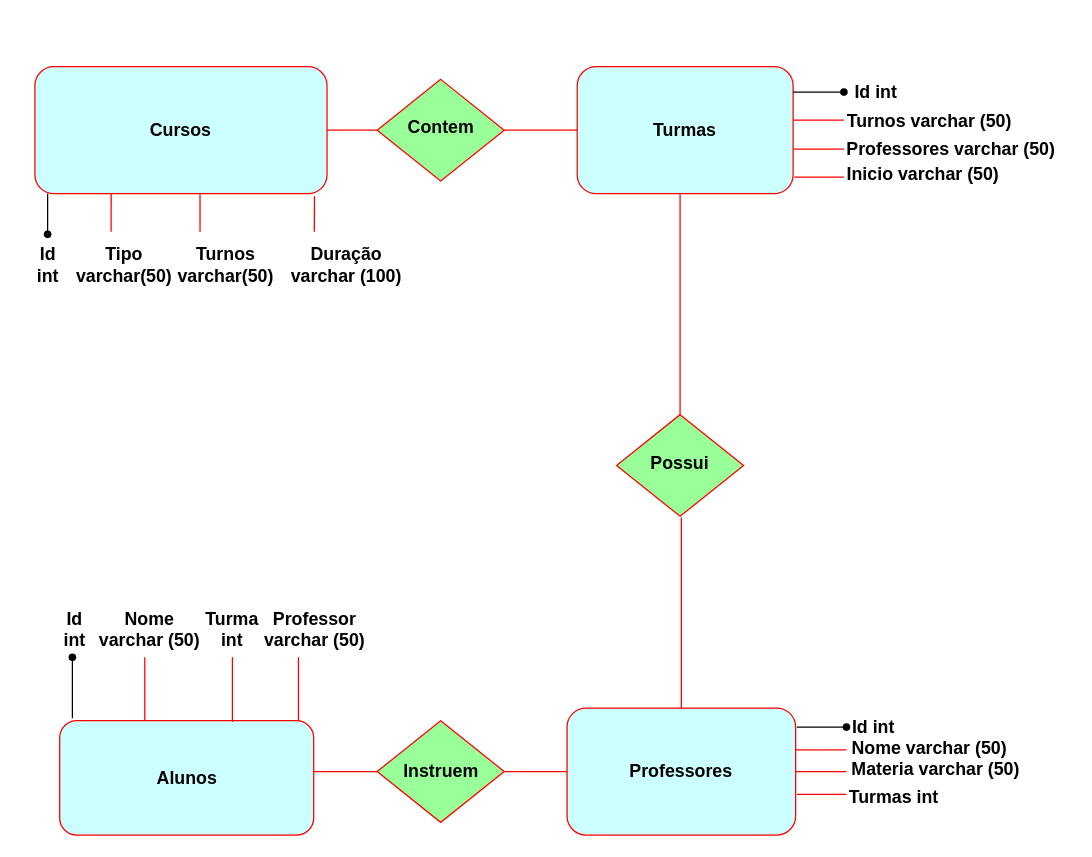
devpedrosou/trabalhoindividualjs keeps this draw.io diagram as Cópia do Diagrama sem nome.drawio. Above is the earlier version. Source tidied: cells renumbered, new cells numbered last; positions are measured from the earlier drawing's top-left corner, leaving out a move shared by most shapes. Both pictures are drawn from the tidied source at 127%, with x=0, y=0 at pixel (22, 66).
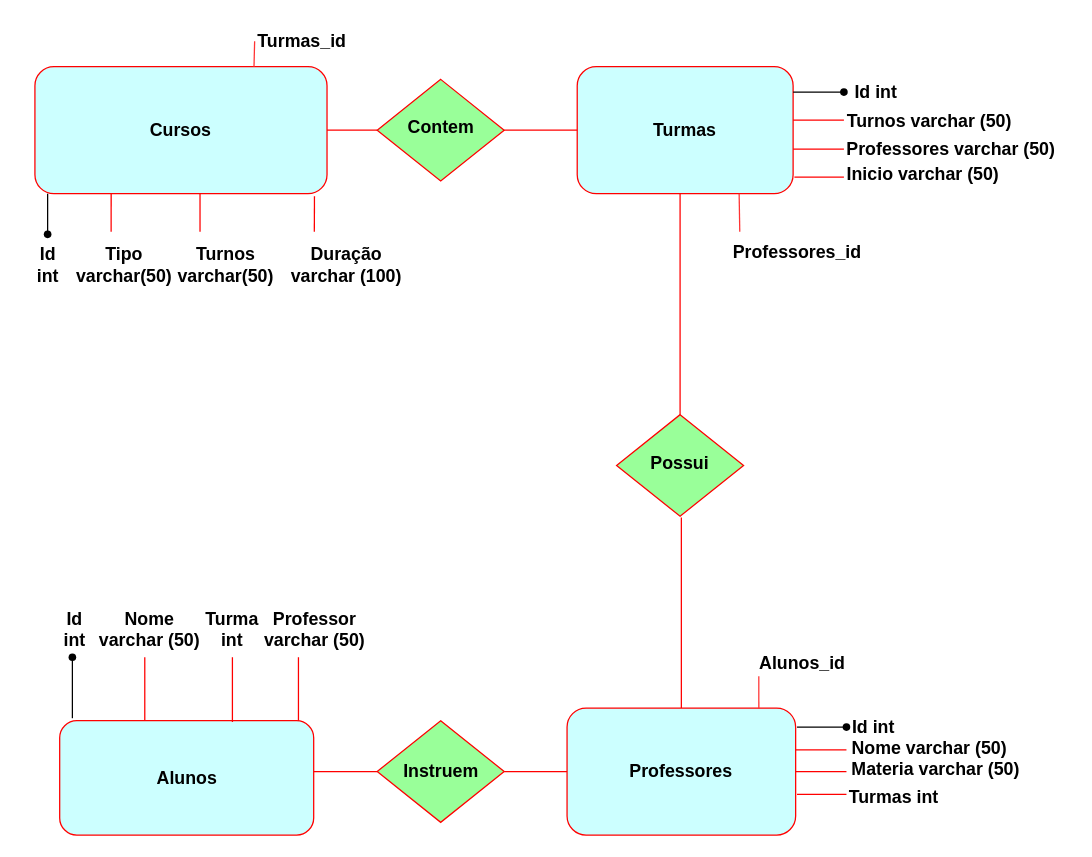
After the change.

Unchanged cells that the change refers to:
```xml
<mxCell id="2" value="Cursos" style="rounded=1;whiteSpace=wrap;html=1;fontSize=14;glass=0;strokeWidth=1;shadow=0;fillColor=#CCFFFF;strokeColor=#FF0000;fontStyle=1;" parent="1" vertex="1">
  <mxGeometry x="10" width="230" height="100" as="geometry" />
</mxCell>
<mxCell id="5" value="Turmas" style="rounded=1;whiteSpace=wrap;html=1;fontSize=14;glass=0;strokeWidth=1;shadow=0;fillColor=#CCFFFF;strokeColor=#FF0000;fontStyle=1;" parent="1" vertex="1">
  <mxGeometry x="437" width="170" height="100" as="geometry" />
</mxCell>
<mxCell id="12" value="Professores" style="rounded=1;whiteSpace=wrap;html=1;fillColor=#CCFFFF;strokeColor=#FF0000;fontSize=14;fontStyle=1;" parent="1" vertex="1">
  <mxGeometry x="429" y="505" width="180" height="100" as="geometry" />
</mxCell>
```

Change to the diagram source:
```diff
@@
+    <mxCell id="53" style="endArrow=none;html=1;rounded=0;exitX=0.75;exitY=0;exitDx=0;exitDy=0;strokeColor=#FF3333;" parent="1" edge="1" source="2">
+      <mxGeometry relative="1" as="geometry">
+        <mxPoint x="183" y="-20" as="targetPoint" />
+      </mxGeometry>
+    </mxCell>
+    <mxCell id="54" value="Turmas_id" style="text;html=1;align=center;verticalAlign=middle;strokeColor=none;fillColor=none;fontStyle=1;fontSize=14;" parent="1" vertex="1">
+      <mxGeometry x="174.5" y="-35" width="90" height="30" as="geometry" />
+    </mxCell>
+    <mxCell id="55" style="endArrow=none;html=1;rounded=0;strokeColor=#FF3333;fontSize=14;entryX=0.75;entryY=1;entryDx=0;entryDy=0;" parent="1" edge="1" target="5">
+      <mxGeometry relative="1" as="geometry">
+        <mxPoint x="565" y="130" as="sourcePoint" />
+      </mxGeometry>
+    </mxCell>
+    <mxCell id="56" value="Professores_id" style="text;html=1;align=center;verticalAlign=middle;strokeColor=none;fillColor=none;fontSize=14;fontStyle=1;" parent="1" vertex="1">
+      <mxGeometry x="550" y="131" width="120" height="30" as="geometry" />
+    </mxCell>
+    <mxCell id="57" style="endArrow=none;html=1;rounded=0;strokeColor=#FF3333;fontSize=14;exitX=0.839;exitY=0.008;exitDx=0;exitDy=0;exitPerimeter=0;" parent="1" edge="1" source="12">
+      <mxGeometry relative="1" as="geometry">
+        <mxPoint x="580" y="480" as="targetPoint" />
+      </mxGeometry>
+    </mxCell>
+    <mxCell id="58" value="Alunos_id" style="text;html=1;align=center;verticalAlign=middle;strokeColor=none;fillColor=none;fontSize=14;fontStyle=1;" parent="1" vertex="1">
+      <mxGeometry x="569" y="455" width="90" height="30" as="geometry" />
+    </mxCell>
```
